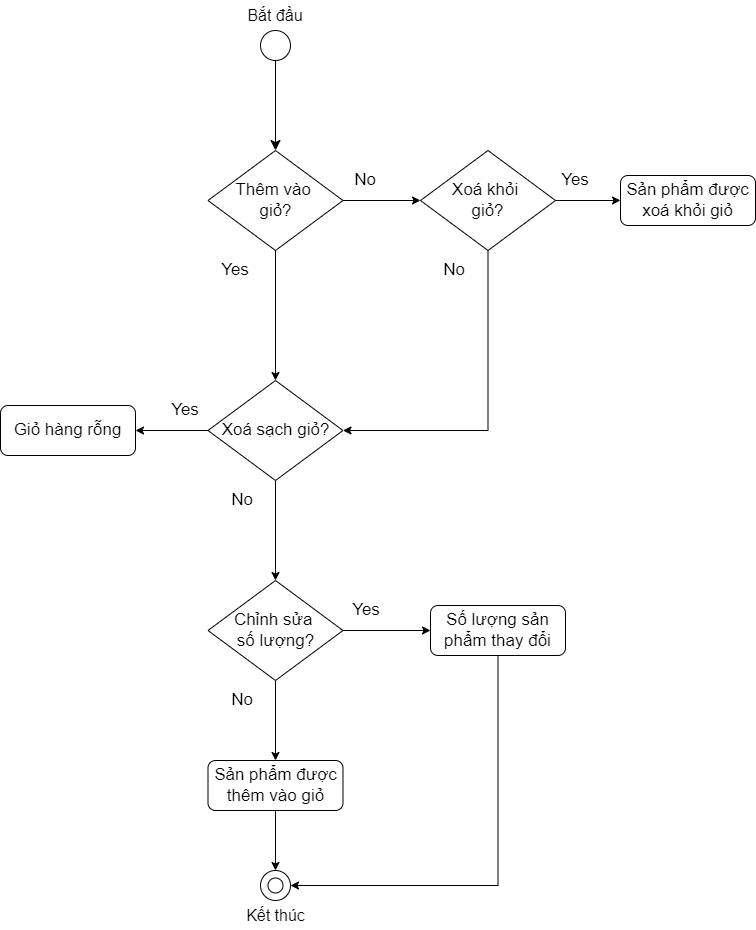
This is Workflow (Manual Testing)/Manage Cart.png from datnham0212/PC-E-commerce, a draw.io export, as it was before one commit. Source tidied: cells renumbered, new cells last; positions are measured from the earlier drawing's top-left corner, leaving out a move shared by most shapes.
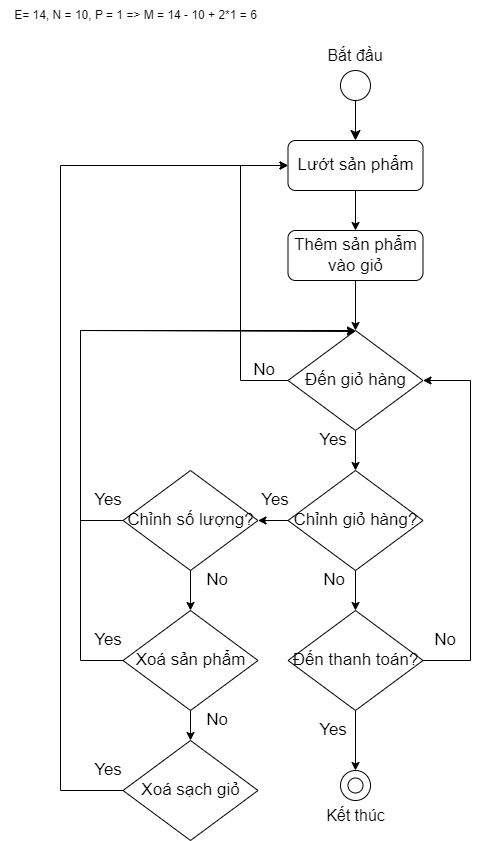
The same diagram one commit later.

Change to the diagram source:
```diff
@@ -2,11 +2,11 @@
   <root>
     <mxCell id="0" />
     <mxCell id="1" parent="0" />
-    <mxCell id="2" style="edgeStyle=none;curved=1;rounded=0;jettySize=auto;html=1;fontSize=12;startSize=8;endSize=8;entryX=0.5;entryY=0;entryDx=0;entryDy=0;" parent="1" edge="1" source="4" target="15">
+    <mxCell id="2" style="edgeStyle=none;curved=1;rounded=0;jettySize=auto;html=1;fontSize=12;startSize=8;endSize=8;entryX=0.5;entryY=0;entryDx=0;entryDy=0;" parent="1" edge="1" source="4" target="43">
       <mxGeometry relative="1" as="geometry" />
     </mxCell>
     <mxCell id="3" style="group;" parent="1" vertex="1">
-      <mxGeometry x="245" width="60" height="60" as="geometry" />
+      <mxGeometry x="245" y="20" width="60" height="60" as="geometry" />
     </mxCell>
     <mxCell id="4" style="ellipse;whiteSpace=wrap;html=1;" parent="3" vertex="1">
       <mxGeometry x="15" y="30" width="30" height="30" as="geometry" />
@@ -15,7 +15,7 @@
       <mxGeometry width="60" height="30" as="geometry" />
     </mxCell>
     <mxCell id="6" style="group;" parent="1" vertex="1">
-      <mxGeometry x="237.5" y="870" width="75" height="60" as="geometry" />
+      <mxGeometry x="237.5" y="750" width="75" height="60" as="geometry" />
     </mxCell>
     <mxCell id="7" style="group;" parent="6" vertex="1">
       <mxGeometry x="22.5" width="30" height="30" as="geometry" />
@@ -29,91 +29,129 @@
     <mxCell id="10" value="Kết thúc" style="text;html=1;align=center;verticalAlign=middle;whiteSpace=wrap;rounded=0;fontSize=16;" parent="6" vertex="1">
       <mxGeometry y="30" width="75" height="30" as="geometry" />
     </mxCell>
-    <mxCell id="11" style="edgeStyle=orthogonalEdgeStyle;rounded=0;jettySize=auto;html=1;entryX=0.5;entryY=0;entryDx=0;entryDy=0;exitX=0.5;exitY=1;exitDx=0;exitDy=0;" parent="1" edge="1" source="33" target="8">
-      <mxGeometry relative="1" as="geometry" />
-    </mxCell>
-    <mxCell id="12" value="&lt;font style=&quot;font-size: 17px;&quot;&gt;Sản phẩm được xoá khỏi giỏ&lt;/font&gt;" style="rounded=1;whiteSpace=wrap;html=1;" parent="1" vertex="1">
-      <mxGeometry x="620" y="175" width="135" height="50" as="geometry" />
-    </mxCell>
-    <mxCell id="13" style="edgeStyle=orthogonalEdgeStyle;rounded=0;jettySize=auto;html=1;entryX=0.5;entryY=0;entryDx=0;entryDy=0;" parent="1" edge="1" source="15" target="21">
-      <mxGeometry relative="1" as="geometry" />
-    </mxCell>
-    <mxCell id="14" style="edgeStyle=orthogonalEdgeStyle;rounded=0;jettySize=auto;html=1;entryX=0;entryY=0.5;entryDx=0;entryDy=0;" parent="1" edge="1" source="15" target="18">
-      <mxGeometry relative="1" as="geometry" />
-    </mxCell>
-    <mxCell id="15" value="&lt;span style=&quot;font-size: 17px;&quot;&gt;Thêm vào&amp;nbsp;&lt;/span&gt;&lt;div&gt;&lt;span style=&quot;font-size: 17px;&quot;&gt;giỏ?&lt;/span&gt;&lt;/div&gt;" style="rhombus;whiteSpace=wrap;html=1;" parent="1" vertex="1">
-      <mxGeometry x="207.5" y="150" width="135" height="100" as="geometry" />
-    </mxCell>
-    <mxCell id="16" style="edgeStyle=orthogonalEdgeStyle;rounded=0;jettySize=auto;html=1;entryX=1;entryY=0.5;entryDx=0;entryDy=0;" parent="1" edge="1" source="18" target="21">
-      <mxGeometry relative="1" as="geometry">
-        <Array as="points">
-          <mxPoint x="488" y="430" />
-        </Array>
-      </mxGeometry>
-    </mxCell>
-    <mxCell id="17" style="edgeStyle=orthogonalEdgeStyle;rounded=0;jettySize=auto;html=1;entryX=0;entryY=0.5;entryDx=0;entryDy=0;" parent="1" edge="1" source="18" target="12">
-      <mxGeometry relative="1" as="geometry" />
-    </mxCell>
-    <mxCell id="18" value="&lt;span style=&quot;font-size: 17px;&quot;&gt;Xoá khỏi&amp;nbsp;&lt;/span&gt;&lt;div&gt;&lt;span style=&quot;font-size: 17px;&quot;&gt;giỏ?&lt;/span&gt;&lt;/div&gt;" style="rhombus;whiteSpace=wrap;html=1;" parent="1" vertex="1">
-      <mxGeometry x="420" y="150" width="135" height="100" as="geometry" />
-    </mxCell>
-    <mxCell id="19" style="edgeStyle=orthogonalEdgeStyle;rounded=0;jettySize=auto;html=1;entryX=0.5;entryY=0;entryDx=0;entryDy=0;" parent="1" edge="1" source="21" target="24">
-      <mxGeometry relative="1" as="geometry" />
-    </mxCell>
-    <mxCell id="20" style="edgeStyle=orthogonalEdgeStyle;rounded=0;jettySize=auto;html=1;entryX=1;entryY=0.5;entryDx=0;entryDy=0;" parent="1" edge="1" source="21" target="25">
-      <mxGeometry relative="1" as="geometry" />
-    </mxCell>
-    <mxCell id="21" value="&lt;span style=&quot;font-size: 17px;&quot;&gt;Xoá sạch giỏ?&lt;/span&gt;" style="rhombus;whiteSpace=wrap;html=1;" parent="1" vertex="1">
-      <mxGeometry x="207.5" y="380" width="135" height="100" as="geometry" />
-    </mxCell>
-    <mxCell id="22" style="edgeStyle=orthogonalEdgeStyle;rounded=0;jettySize=auto;html=1;entryX=0.5;entryY=0;entryDx=0;entryDy=0;" parent="1" edge="1" source="24" target="33">
-      <mxGeometry relative="1" as="geometry" />
-    </mxCell>
-    <mxCell id="23" style="edgeStyle=orthogonalEdgeStyle;rounded=0;jettySize=auto;html=1;entryX=0;entryY=0.5;entryDx=0;entryDy=0;" parent="1" edge="1" source="24" target="36">
-      <mxGeometry relative="1" as="geometry" />
-    </mxCell>
-    <mxCell id="24" value="&lt;span style=&quot;font-size: 17px;&quot;&gt;Chỉnh sửa&amp;nbsp;&lt;/span&gt;&lt;div&gt;&lt;span style=&quot;font-size: 17px;&quot;&gt;số lượng?&lt;/span&gt;&lt;/div&gt;" style="rhombus;whiteSpace=wrap;html=1;" parent="1" vertex="1">
-      <mxGeometry x="207.5" y="580" width="135" height="100" as="geometry" />
-    </mxCell>
-    <mxCell id="25" value="&lt;font style=&quot;font-size: 17px;&quot;&gt;Giỏ hàng rỗng&lt;/font&gt;" style="rounded=1;whiteSpace=wrap;html=1;" parent="1" vertex="1">
-      <mxGeometry y="405" width="135" height="50" as="geometry" />
-    </mxCell>
-    <mxCell id="26" value="&lt;font style=&quot;font-size: 17px;&quot;&gt;Yes&lt;/font&gt;" style="text;html=1;align=center;verticalAlign=middle;whiteSpace=wrap;rounded=0;" parent="1" vertex="1">
-      <mxGeometry x="200" y="250" width="70" height="40" as="geometry" />
-    </mxCell>
-    <mxCell id="27" value="&lt;font style=&quot;font-size: 17px;&quot;&gt;No&lt;/font&gt;" style="text;html=1;align=center;verticalAlign=middle;whiteSpace=wrap;rounded=0;" parent="1" vertex="1">
-      <mxGeometry x="331" y="160" width="67.5" height="40" as="geometry" />
-    </mxCell>
-    <mxCell id="28" value="&lt;font style=&quot;font-size: 17px;&quot;&gt;Yes&lt;/font&gt;" style="text;html=1;align=center;verticalAlign=middle;whiteSpace=wrap;rounded=0;" parent="1" vertex="1">
-      <mxGeometry x="540" y="160" width="70" height="40" as="geometry" />
-    </mxCell>
-    <mxCell id="29" value="&lt;font style=&quot;font-size: 17px;&quot;&gt;No&lt;/font&gt;" style="text;html=1;align=center;verticalAlign=middle;whiteSpace=wrap;rounded=0;" parent="1" vertex="1">
-      <mxGeometry x="420" y="250" width="67.5" height="40" as="geometry" />
-    </mxCell>
-    <mxCell id="30" value="&lt;font style=&quot;font-size: 17px;&quot;&gt;Yes&lt;/font&gt;" style="text;html=1;align=center;verticalAlign=middle;whiteSpace=wrap;rounded=0;" parent="1" vertex="1">
-      <mxGeometry x="150" y="390" width="70" height="40" as="geometry" />
-    </mxCell>
-    <mxCell id="31" value="&lt;font style=&quot;font-size: 17px;&quot;&gt;No&lt;/font&gt;" style="text;html=1;align=center;verticalAlign=middle;whiteSpace=wrap;rounded=0;" parent="1" vertex="1">
-      <mxGeometry x="207.5" y="480" width="67.5" height="40" as="geometry" />
-    </mxCell>
-    <mxCell id="32" value="&lt;font style=&quot;font-size: 17px;&quot;&gt;No&lt;/font&gt;" style="text;html=1;align=center;verticalAlign=middle;whiteSpace=wrap;rounded=0;" parent="1" vertex="1">
-      <mxGeometry x="207.5" y="680" width="67.5" height="40" as="geometry" />
-    </mxCell>
-    <mxCell id="33" value="&lt;font style=&quot;font-size: 17px;&quot;&gt;Sản phẩm được thêm vào giỏ&lt;/font&gt;" style="rounded=1;whiteSpace=wrap;html=1;" parent="1" vertex="1">
-      <mxGeometry x="207.5" y="760" width="135" height="50" as="geometry" />
-    </mxCell>
-    <mxCell id="34" value="&lt;font style=&quot;font-size: 17px;&quot;&gt;Yes&lt;/font&gt;" style="text;html=1;align=center;verticalAlign=middle;whiteSpace=wrap;rounded=0;" parent="1" vertex="1">
-      <mxGeometry x="331" y="590" width="70" height="40" as="geometry" />
-    </mxCell>
-    <mxCell id="35" style="edgeStyle=orthogonalEdgeStyle;rounded=0;jettySize=auto;html=1;entryX=1;entryY=0.5;entryDx=0;entryDy=0;" parent="1" edge="1" source="36" target="8">
-      <mxGeometry relative="1" as="geometry">
-        <Array as="points">
-          <mxPoint x="498" y="885" />
-        </Array>
-      </mxGeometry>
-    </mxCell>
-    <mxCell id="36" value="&lt;font style=&quot;font-size: 17px;&quot;&gt;Số lượng sản phẩm thay đổi&lt;/font&gt;" style="rounded=1;whiteSpace=wrap;html=1;" parent="1" vertex="1">
-      <mxGeometry x="430" y="605" width="135" height="50" as="geometry" />
-    </mxCell>
+    <mxCell id="37" style="edgeStyle=orthogonalEdgeStyle;rounded=0;jettySize=auto;html=1;entryX=0.5;entryY=0;entryDx=0;entryDy=0;" parent="1" edge="1" source="38" target="41">
+      <mxGeometry relative="1" as="geometry" />
+    </mxCell>
+    <mxCell id="38" value="&lt;span style=&quot;font-size: 17px;&quot;&gt;Thêm sản phẩm vào giỏ&lt;/span&gt;" style="rounded=1;whiteSpace=wrap;html=1;" parent="1" vertex="1">
+      <mxGeometry x="207.5" y="210" width="135" height="50" as="geometry" />
+    </mxCell>
+    <mxCell id="39" style="edgeStyle=orthogonalEdgeStyle;rounded=0;jettySize=auto;html=1;entryX=0;entryY=0.5;entryDx=0;entryDy=0;" parent="1" edge="1" source="41" target="43">
+      <mxGeometry relative="1" as="geometry">
+        <Array as="points">
+          <mxPoint x="160" y="360" />
+          <mxPoint x="160" y="145" />
+        </Array>
+      </mxGeometry>
+    </mxCell>
+    <mxCell id="40" style="edgeStyle=orthogonalEdgeStyle;rounded=0;jettySize=auto;html=1;entryX=0.5;entryY=0;entryDx=0;entryDy=0;" parent="1" edge="1" source="41" target="46">
+      <mxGeometry relative="1" as="geometry" />
+    </mxCell>
+    <mxCell id="41" value="&lt;span style=&quot;font-size: 17px;&quot;&gt;Đến giỏ hàng&lt;/span&gt;" style="rhombus;whiteSpace=wrap;html=1;" parent="1" vertex="1">
+      <mxGeometry x="207.5" y="310" width="135" height="100" as="geometry" />
+    </mxCell>
+    <mxCell id="42" style="edgeStyle=orthogonalEdgeStyle;rounded=0;jettySize=auto;html=1;entryX=0.5;entryY=0;entryDx=0;entryDy=0;" parent="1" edge="1" source="43" target="38">
+      <mxGeometry relative="1" as="geometry" />
+    </mxCell>
+    <mxCell id="43" value="&lt;span style=&quot;font-size: 17px;&quot;&gt;Lướt sản phẩm&lt;/span&gt;" style="rounded=1;whiteSpace=wrap;html=1;" parent="1" vertex="1">
+      <mxGeometry x="207.5" y="120" width="135" height="50" as="geometry" />
+    </mxCell>
+    <mxCell id="44" style="edgeStyle=orthogonalEdgeStyle;rounded=0;jettySize=auto;html=1;entryX=0.5;entryY=0;entryDx=0;entryDy=0;" parent="1" edge="1" source="46" target="49">
+      <mxGeometry relative="1" as="geometry" />
+    </mxCell>
+    <mxCell id="45" style="edgeStyle=orthogonalEdgeStyle;rounded=0;jettySize=auto;html=1;entryX=1;entryY=0.5;entryDx=0;entryDy=0;" parent="1" edge="1" source="46" target="57">
+      <mxGeometry relative="1" as="geometry" />
+    </mxCell>
+    <mxCell id="46" value="&lt;span style=&quot;font-size: 17px;&quot;&gt;Chỉnh giỏ hàng?&lt;/span&gt;" style="rhombus;whiteSpace=wrap;html=1;" parent="1" vertex="1">
+      <mxGeometry x="207.5" y="450" width="135" height="100" as="geometry" />
+    </mxCell>
+    <mxCell id="47" style="edgeStyle=orthogonalEdgeStyle;rounded=0;jettySize=auto;html=1;entryX=0.5;entryY=0;entryDx=0;entryDy=0;exitX=0.5;exitY=1;exitDx=0;exitDy=0;" parent="1" edge="1" source="49" target="8">
+      <mxGeometry relative="1" as="geometry" />
+    </mxCell>
+    <mxCell id="48" style="edgeStyle=orthogonalEdgeStyle;rounded=0;jettySize=auto;html=1;exitX=1;exitY=0.5;exitDx=0;exitDy=0;entryX=1;entryY=0.5;entryDx=0;entryDy=0;" parent="1" edge="1" source="49" target="41">
+      <mxGeometry relative="1" as="geometry">
+        <Array as="points">
+          <mxPoint x="390" y="640" />
+          <mxPoint x="390" y="360" />
+        </Array>
+      </mxGeometry>
+    </mxCell>
+    <mxCell id="49" value="&lt;span style=&quot;font-size: 17px;&quot;&gt;Đến thanh toán?&lt;/span&gt;" style="rhombus;whiteSpace=wrap;html=1;" parent="1" vertex="1">
+      <mxGeometry x="207.5" y="590" width="135" height="100" as="geometry" />
+    </mxCell>
+    <mxCell id="50" value="&lt;font style=&quot;font-size: 17px;&quot;&gt;Yes&lt;/font&gt;" style="text;html=1;align=center;verticalAlign=middle;whiteSpace=wrap;rounded=0;" parent="1" vertex="1">
+      <mxGeometry x="217.5" y="400" width="70" height="40" as="geometry" />
+    </mxCell>
+    <mxCell id="51" value="&lt;font style=&quot;font-size: 17px;&quot;&gt;Yes&lt;/font&gt;" style="text;html=1;align=center;verticalAlign=middle;whiteSpace=wrap;rounded=0;" parent="1" vertex="1">
+      <mxGeometry x="160" y="460" width="70" height="40" as="geometry" />
+    </mxCell>
+    <mxCell id="52" value="&lt;font style=&quot;font-size: 17px;&quot;&gt;Yes&lt;/font&gt;" style="text;html=1;align=center;verticalAlign=middle;whiteSpace=wrap;rounded=0;" parent="1" vertex="1">
+      <mxGeometry x="217.5" y="690" width="70" height="40" as="geometry" />
+    </mxCell>
+    <mxCell id="53" value="&lt;font style=&quot;font-size: 17px;&quot;&gt;No&lt;/font&gt;" style="text;html=1;align=center;verticalAlign=middle;whiteSpace=wrap;rounded=0;" parent="1" vertex="1">
+      <mxGeometry x="331" y="600" width="67.5" height="40" as="geometry" />
+    </mxCell>
+    <mxCell id="54" value="&lt;font style=&quot;font-size: 17px;&quot;&gt;No&lt;/font&gt;" style="text;html=1;align=center;verticalAlign=middle;whiteSpace=wrap;rounded=0;" parent="1" vertex="1">
+      <mxGeometry x="150" y="330" width="67.5" height="40" as="geometry" />
+    </mxCell>
+    <mxCell id="55" style="edgeStyle=orthogonalEdgeStyle;rounded=0;jettySize=auto;html=1;entryX=0.5;entryY=0;entryDx=0;entryDy=0;" parent="1" edge="1" source="57" target="60">
+      <mxGeometry relative="1" as="geometry" />
+    </mxCell>
+    <mxCell id="56" style="edgeStyle=orthogonalEdgeStyle;rounded=0;jettySize=auto;html=1;entryX=0.5;entryY=0.01;entryDx=0;entryDy=0;entryPerimeter=0;" parent="1" edge="1" source="57" target="41">
+      <mxGeometry relative="1" as="geometry">
+        <Array as="points">
+          <mxPoint y="500" />
+          <mxPoint y="310" />
+        </Array>
+      </mxGeometry>
+    </mxCell>
+    <mxCell id="57" value="&lt;span style=&quot;font-size: 17px;&quot;&gt;Chỉnh số lượng?&lt;/span&gt;" style="rhombus;whiteSpace=wrap;html=1;" parent="1" vertex="1">
+      <mxGeometry x="42.5" y="450" width="135" height="100" as="geometry" />
+    </mxCell>
+    <mxCell id="58" style="edgeStyle=orthogonalEdgeStyle;rounded=0;jettySize=auto;html=1;entryX=0.5;entryY=0;entryDx=0;entryDy=0;" parent="1" edge="1" source="60" target="62">
+      <mxGeometry relative="1" as="geometry" />
+    </mxCell>
+    <mxCell id="59" style="edgeStyle=orthogonalEdgeStyle;rounded=0;jettySize=auto;html=1;entryX=0.5;entryY=0;entryDx=0;entryDy=0;" parent="1" edge="1" source="60" target="41">
+      <mxGeometry relative="1" as="geometry">
+        <Array as="points">
+          <mxPoint y="640" />
+          <mxPoint y="310" />
+        </Array>
+      </mxGeometry>
+    </mxCell>
+    <mxCell id="60" value="&lt;span style=&quot;font-size: 17px;&quot;&gt;Xoá sản phẩm&lt;/span&gt;" style="rhombus;whiteSpace=wrap;html=1;" parent="1" vertex="1">
+      <mxGeometry x="42.5" y="590" width="135" height="100" as="geometry" />
+    </mxCell>
+    <mxCell id="61" style="edgeStyle=orthogonalEdgeStyle;rounded=0;jettySize=auto;html=1;entryX=0;entryY=0.5;entryDx=0;entryDy=0;exitX=0;exitY=0.5;exitDx=0;exitDy=0;" parent="1" edge="1" source="62" target="43">
+      <mxGeometry relative="1" as="geometry">
+        <Array as="points">
+          <mxPoint x="-20" y="770" />
+          <mxPoint x="-20" y="145" />
+        </Array>
+      </mxGeometry>
+    </mxCell>
+    <mxCell id="62" value="&lt;span style=&quot;font-size: 17px;&quot;&gt;Xoá sạch giỏ&lt;/span&gt;" style="rhombus;whiteSpace=wrap;html=1;" parent="1" vertex="1">
+      <mxGeometry x="42.5" y="720" width="135" height="100" as="geometry" />
+    </mxCell>
+    <mxCell id="63" value="&lt;font style=&quot;font-size: 17px;&quot;&gt;No&lt;/font&gt;" style="text;html=1;align=center;verticalAlign=middle;whiteSpace=wrap;rounded=0;" parent="1" vertex="1">
+      <mxGeometry x="220" y="540" width="67.5" height="40" as="geometry" />
+    </mxCell>
+    <mxCell id="64" value="&lt;font style=&quot;font-size: 17px;&quot;&gt;Yes&lt;/font&gt;" style="text;html=1;align=center;verticalAlign=middle;whiteSpace=wrap;rounded=0;" parent="1" vertex="1">
+      <mxGeometry x="-7.5" y="460" width="70" height="40" as="geometry" />
+    </mxCell>
+    <mxCell id="65" value="&lt;font style=&quot;font-size: 17px;&quot;&gt;Yes&lt;/font&gt;" style="text;html=1;align=center;verticalAlign=middle;whiteSpace=wrap;rounded=0;" parent="1" vertex="1">
+      <mxGeometry x="-7.5" y="600" width="70" height="40" as="geometry" />
+    </mxCell>
+    <mxCell id="66" value="&lt;font style=&quot;font-size: 17px;&quot;&gt;Yes&lt;/font&gt;" style="text;html=1;align=center;verticalAlign=middle;whiteSpace=wrap;rounded=0;" parent="1" vertex="1">
+      <mxGeometry x="-7.5" y="730" width="70" height="40" as="geometry" />
+    </mxCell>
+    <mxCell id="67" value="&lt;font style=&quot;font-size: 17px;&quot;&gt;No&lt;/font&gt;" style="text;html=1;align=center;verticalAlign=middle;whiteSpace=wrap;rounded=0;" parent="1" vertex="1">
+      <mxGeometry x="102.5" y="540" width="67.5" height="40" as="geometry" />
+    </mxCell>
+    <mxCell id="68" value="&lt;font style=&quot;font-size: 17px;&quot;&gt;No&lt;/font&gt;" style="text;html=1;align=center;verticalAlign=middle;whiteSpace=wrap;rounded=0;" parent="1" vertex="1">
+      <mxGeometry x="102.5" y="680" width="67.5" height="40" as="geometry" />
+    </mxCell>
+    <mxCell id="69" value="E= 14, N = 10, P = 1 =&amp;gt; M = 14 - 10 + 2*1 = 6" style="text;html=1;align=center;verticalAlign=middle;strokeColor=none;fillColor=none;" parent="1" vertex="1">
+      <mxGeometry x="-80" y="-20" width="270" height="30" as="geometry" />
+    </mxCell>
   </root>
 </mxGraphModel>
```
